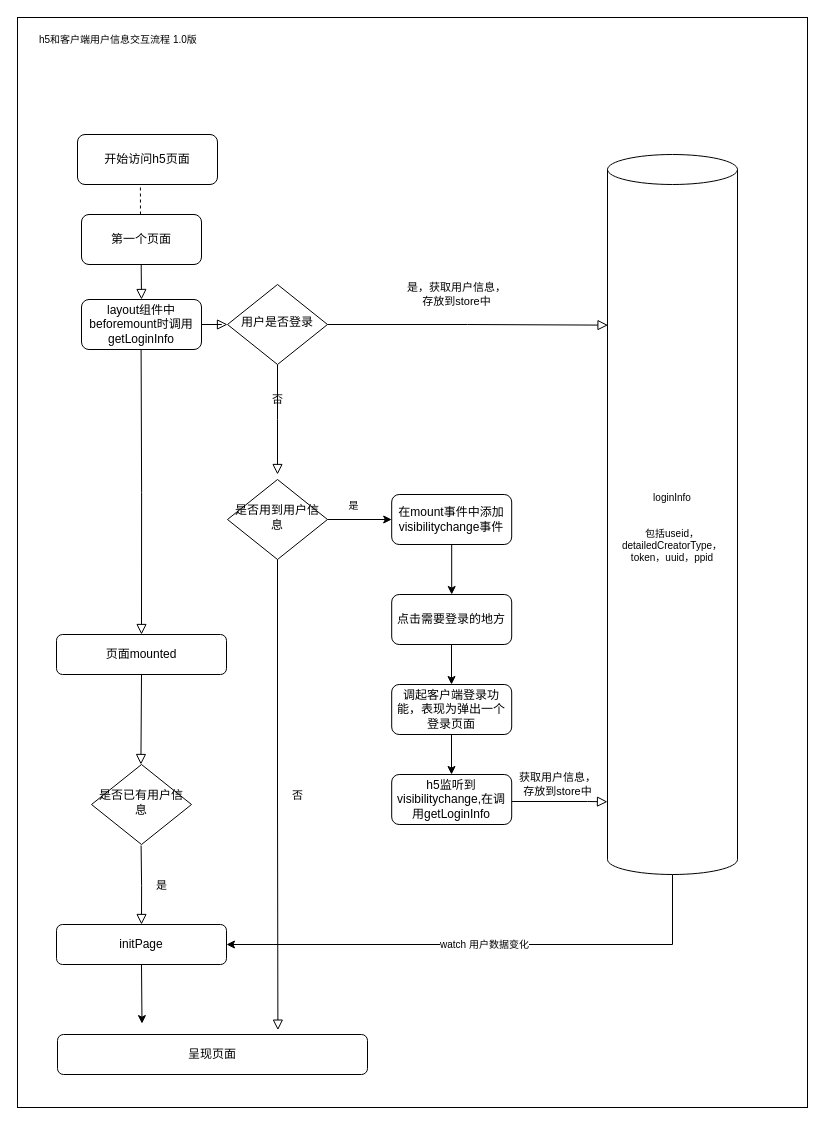
Above: 用户信息获取1.0.drawio in pipu11qiao/online-graph (draw.io), before the change. Source tidied: cells renumbered, new cells numbered last; positions are measured from the earlier drawing's top-left corner, leaving out a move shared by most shapes. Both pictures are drawn from the tidied source at 100%, with x=0, y=0 at pixel (17, 17).
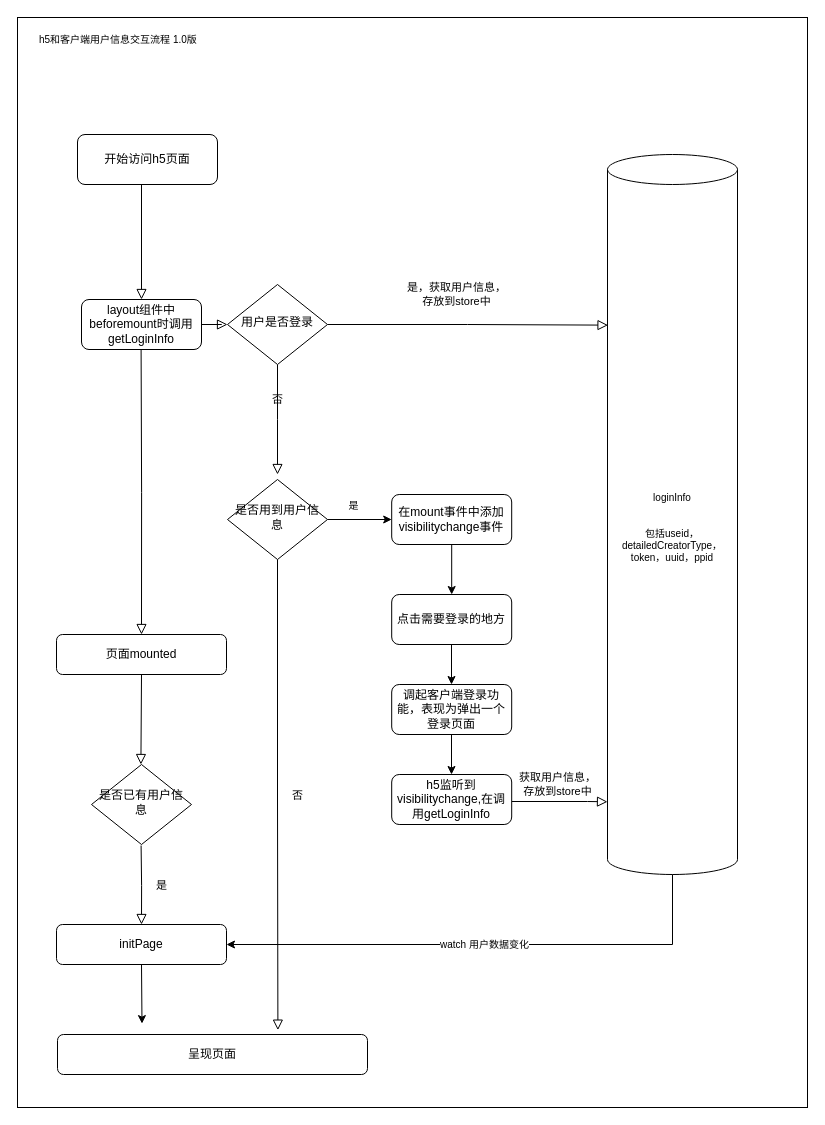
Above is the later version.

Commit message (it also covers changes not shown here):
更新用户信息获取1.0.drawio

The change refers to these unchanged cells:
```xml
<mxCell id="9" value="开始访问h5页面" style="rounded=1;whiteSpace=wrap;html=1;" parent="1" vertex="1">
  <mxGeometry x="60" y="117" width="140" height="50" as="geometry" />
</mxCell>
<mxCell id="12" value="layout组件中beforemount时调用getLoginInfo" style="rounded=1;whiteSpace=wrap;html=1;" parent="1" vertex="1">
  <mxGeometry x="64" y="282" width="120" height="50" as="geometry" />
</mxCell>
```

Diff of the diagram source:
```diff
@@
-    <mxCell id="8" value="第一个页面" style="rounded=1;whiteSpace=wrap;html=1;" parent="1" vertex="1">
-      <mxGeometry x="64" y="197" width="120" height="50" as="geometry" />
-    </mxCell>
@@
-    <mxCell id="11" style="endArrow=none;dashed=1;html=1;rounded=0;entryX=0.161;entryY=1;entryDx=0;entryDy=0;entryPerimeter=0;exitX=0.417;exitY=0;exitDx=0;exitDy=0;exitPerimeter=0;" parent="1" edge="1">
-      <mxGeometry relative="1" as="geometry">
-        <mxPoint x="123" y="197" as="sourcePoint" />
-        <mxPoint x="122.9" y="167" as="targetPoint" />
-      </mxGeometry>
-    </mxCell>
@@
-    <mxCell id="13" style="rounded=0;html=1;jettySize=auto;fontSize=11;endArrow=block;endFill=0;endSize=8;strokeWidth=1;shadow=0;labelBackgroundColor=none;edgeStyle=orthogonalEdgeStyle;entryX=0.5;entryY=0;entryDx=0;entryDy=0;" parent="1" edge="1" target="12">
+    <mxCell id="13" style="rounded=0;html=1;jettySize=auto;fontSize=11;endArrow=block;endFill=0;endSize=8;strokeWidth=1;shadow=0;labelBackgroundColor=none;edgeStyle=orthogonalEdgeStyle;entryX=0.5;entryY=0;entryDx=0;entryDy=0;exitX=0.5;exitY=1;exitDx=0;exitDy=0;" parent="1" edge="1" source="9" target="12">
       <mxGeometry relative="1" as="geometry">
-        <mxPoint x="123.7" y="247" as="sourcePoint" />
+        <Array as="points">
+          <mxPoint x="124" y="167" />
+        </Array>
       </mxGeometry>
     </mxCell>
```
